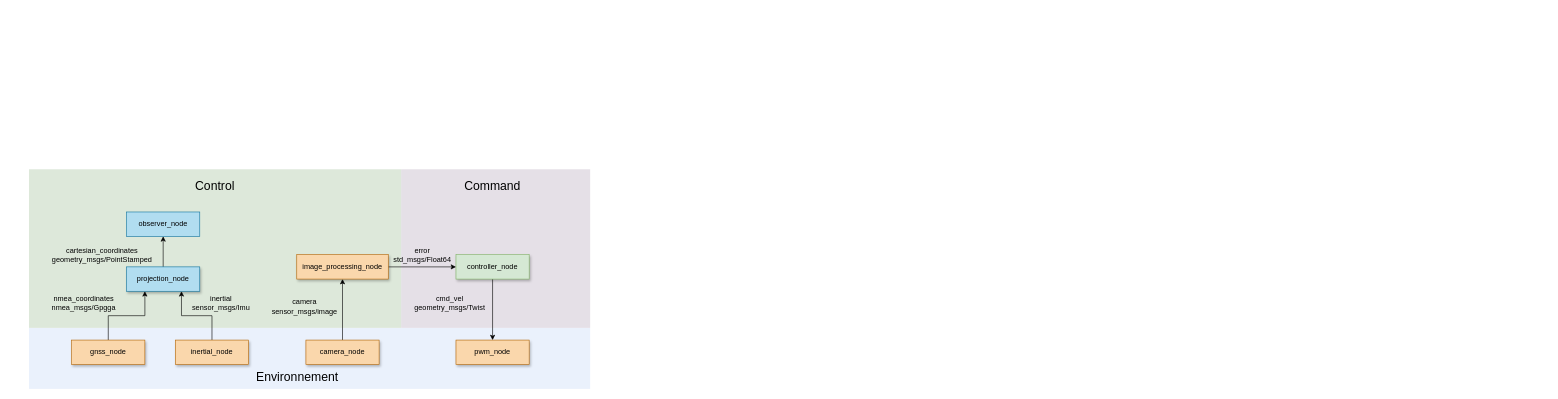
This is doc/kart.drawio from Jules-Berhault/kart, a draw.io file, before an edit. Source tidied: cells renumbered, new cells numbered last; positions are measured from the earlier drawing's top-left corner, leaving out a move shared by most shapes. Both pictures are drawn from the tidied source at 61%, with x=0, y=0 at pixel (10, 169).
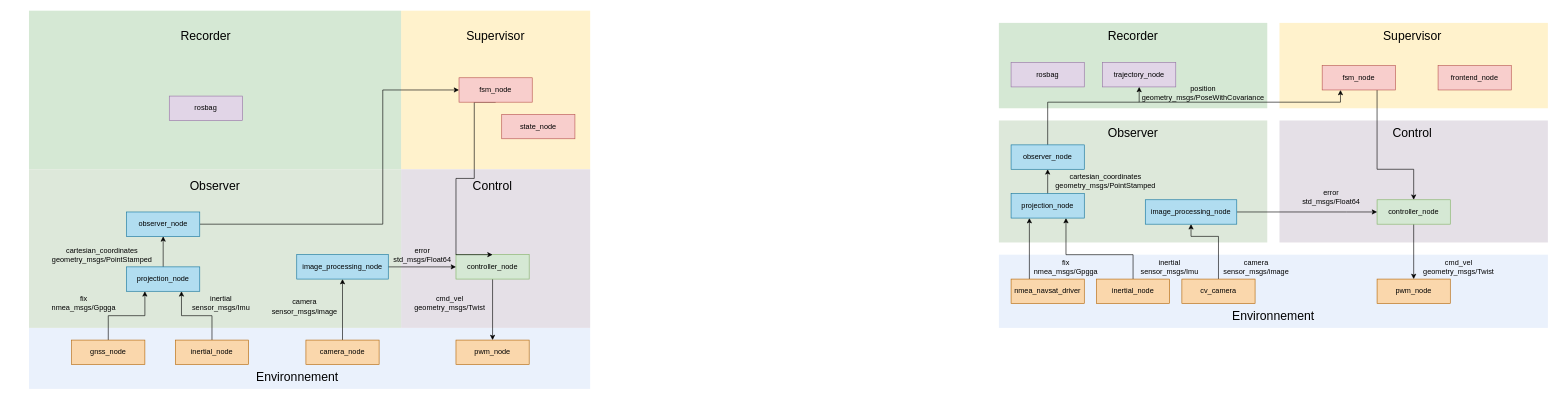
Above is the later version.

Unchanged cells that the change refers to:
```xml
<mxCell id="11" value="observer_node" style="rounded=0;whiteSpace=wrap;html=1;fillColor=#b1ddf0;strokeColor=#10739e;" parent="1" vertex="1">
  <mxGeometry x="190" y="70" width="120" height="40" as="geometry" />
</mxCell>
```

Diff of the diagram source:
```diff
@@
+    <mxCell id="29" style="rounded=0;whiteSpace=wrap;html=1;fillColor=#fff2cc;strokeColor=none;" parent="1" vertex="1">
+      <mxGeometry x="2080" y="-240" width="440" height="140" as="geometry" />
+    </mxCell>
+    <mxCell id="30" style="rounded=0;whiteSpace=wrap;html=1;fillColor=#fff2cc;strokeColor=none;" parent="1" vertex="1">
+      <mxGeometry x="640" y="-260" width="310" height="260" as="geometry" />
+    </mxCell>
+    <mxCell id="31" style="rounded=0;whiteSpace=wrap;html=1;fillColor=#d5e8d4;strokeColor=none;" parent="1" vertex="1">
+      <mxGeometry x="30" y="-260" width="610" height="260" as="geometry" />
+    </mxCell>
@@
-    <mxCell id="6" value="inertial_node" style="rounded=0;whiteSpace=wrap;html=1;fillColor=#fad7ac;strokeColor=#b46504;shadow=1;" parent="1" vertex="1">
+    <mxCell id="6" value="inertial_node" style="rounded=0;whiteSpace=wrap;html=1;fillColor=#fad7ac;strokeColor=#b46504;shadow=0;" parent="1" vertex="1">
       <mxGeometry x="270" y="280" width="120" height="40" as="geometry" />
     </mxCell>
@@
-    <mxCell id="8" value="gnss_node" style="rounded=0;whiteSpace=wrap;html=1;fillColor=#fad7ac;strokeColor=#b46504;shadow=1;" parent="1" vertex="1">
+    <mxCell id="8" value="gnss_node" style="rounded=0;whiteSpace=wrap;html=1;fillColor=#fad7ac;strokeColor=#b46504;shadow=0;" parent="1" vertex="1">
       <mxGeometry x="100" y="280" width="120" height="40" as="geometry" />
     </mxCell>
@@
-    <mxCell id="10" value="projection_node" style="rounded=0;whiteSpace=wrap;html=1;fillColor=#b1ddf0;strokeColor=#10739e;shadow=1;" parent="1" vertex="1">
+    <mxCell id="10" value="projection_node" style="rounded=0;whiteSpace=wrap;html=1;fillColor=#b1ddf0;strokeColor=#10739e;shadow=0;" parent="1" vertex="1">
       <mxGeometry x="190" y="160" width="120" height="40" as="geometry" />
     </mxCell>
+    <mxCell id="32" style="edgeStyle=orthogonalEdgeStyle;rounded=0;jettySize=auto;html=1;exitX=1;exitY=0.5;exitDx=0;exitDy=0;entryX=0;entryY=0.5;entryDx=0;entryDy=0;" parent="1" edge="1" source="11" target="35">
+      <mxGeometry relative="1" as="geometry">
+        <Array as="points">
+          <mxPoint x="610" y="90" />
+          <mxPoint x="610" y="-130" />
+        </Array>
+      </mxGeometry>
+    </mxCell>
@@
-    <mxCell id="13" value="controller_node" style="rounded=0;whiteSpace=wrap;html=1;fillColor=#d5e8d4;strokeColor=#82b366;shadow=1;" parent="1" vertex="1">
+    <mxCell id="13" value="controller_node" style="rounded=0;whiteSpace=wrap;html=1;fillColor=#d5e8d4;strokeColor=#82b366;shadow=0;" parent="1" vertex="1">
       <mxGeometry x="730" y="140" width="120" height="40" as="geometry" />
     </mxCell>
-    <mxCell id="14" value="&lt;font style=&quot;font-size: 20px&quot;&gt;Control&lt;/font&gt;" style="text;html=1;strokeColor=none;fillColor=none;align=center;verticalAlign=middle;whiteSpace=wrap;rounded=0;" parent="1" vertex="1">
-      <mxGeometry x="315" y="16" width="40" height="20" as="geometry" />
+    <mxCell id="14" value="&lt;font style=&quot;font-size: 20px&quot;&gt;Observer&lt;/font&gt;" style="text;html=1;strokeColor=none;fillColor=none;align=center;verticalAlign=middle;whiteSpace=wrap;rounded=0;" parent="1" vertex="1">
+      <mxGeometry x="210" y="16" width="250" height="20" as="geometry" />
     </mxCell>
-    <mxCell id="15" value="&lt;font style=&quot;font-size: 20px&quot;&gt;Command&lt;br&gt;&lt;/font&gt;" style="text;html=1;strokeColor=none;fillColor=none;align=center;verticalAlign=middle;whiteSpace=wrap;rounded=0;" parent="1" vertex="1">
-      <mxGeometry x="770" y="16" width="40" height="20" as="geometry" />
+    <mxCell id="15" value="&lt;font style=&quot;font-size: 20px&quot;&gt;Control&lt;br&gt;&lt;/font&gt;" style="text;html=1;strokeColor=none;fillColor=none;align=center;verticalAlign=middle;whiteSpace=wrap;rounded=0;" parent="1" vertex="1">
+      <mxGeometry x="660" y="16" width="260" height="20" as="geometry" />
     </mxCell>
@@
-    <mxCell id="18" value="nmea_coordinates&lt;br&gt;nmea_msgs/Gpgga" style="text;html=1;strokeColor=none;fillColor=none;align=center;verticalAlign=middle;whiteSpace=wrap;rounded=0;" parent="1" vertex="1">
+    <mxCell id="18" value="fix&lt;br&gt;nmea_msgs/Gpgga" style="text;html=1;strokeColor=none;fillColor=none;align=center;verticalAlign=middle;whiteSpace=wrap;rounded=0;" parent="1" vertex="1">
       <mxGeometry x="15" y="210" width="210" height="20" as="geometry" />
     </mxCell>
@@
-    <mxCell id="20" value="pwm_node" style="rounded=0;whiteSpace=wrap;html=1;fillColor=#fad7ac;strokeColor=#b46504;shadow=1;" parent="1" vertex="1">
+    <mxCell id="20" value="pwm_node" style="rounded=0;whiteSpace=wrap;html=1;fillColor=#fad7ac;strokeColor=#b46504;shadow=0;" parent="1" vertex="1">
       <mxGeometry x="730" y="280" width="120" height="40" as="geometry" />
     </mxCell>
@@
-    <mxCell id="22" value="camera_node" style="rounded=0;whiteSpace=wrap;html=1;fillColor=#fad7ac;strokeColor=#b46504;shadow=1;" parent="1" vertex="1">
+    <mxCell id="22" value="camera_node" style="rounded=0;whiteSpace=wrap;html=1;fillColor=#fad7ac;strokeColor=#b46504;shadow=0;" parent="1" vertex="1">
       <mxGeometry x="484" y="280" width="120" height="40" as="geometry" />
     </mxCell>
@@
-    <mxCell id="24" value="image_processing_node" style="rounded=0;whiteSpace=wrap;html=1;fillColor=#fad7ac;strokeColor=#b46504;shadow=1;" parent="1" vertex="1">
+    <mxCell id="24" value="image_processing_node" style="rounded=0;whiteSpace=wrap;html=1;fillColor=#B1DDF0;strokeColor=#10739E;shadow=0;gradientColor=none;" parent="1" vertex="1">
       <mxGeometry x="469" y="140" width="150" height="40" as="geometry" />
     </mxCell>
@@
+    <mxCell id="33" value="&lt;font style=&quot;font-size: 20px&quot;&gt;Supervisor&lt;br&gt;&lt;/font&gt;" style="text;html=1;strokeColor=none;fillColor=none;align=center;verticalAlign=middle;whiteSpace=wrap;rounded=0;" parent="1" vertex="1">
+      <mxGeometry x="665" y="-230" width="260" height="20" as="geometry" />
+    </mxCell>
+    <mxCell id="34" style="edgeStyle=orthogonalEdgeStyle;rounded=0;jettySize=auto;html=1;exitX=0.5;exitY=1;exitDx=0;exitDy=0;entryX=0.5;entryY=0;entryDx=0;entryDy=0;" parent="1" edge="1" source="35" target="13">
+      <mxGeometry relative="1" as="geometry">
+        <Array as="points">
+          <mxPoint x="760" y="-110" />
+          <mxPoint x="760" y="15" />
+          <mxPoint x="730" y="15" />
+          <mxPoint x="730" y="140" />
+        </Array>
+      </mxGeometry>
+    </mxCell>
+    <mxCell id="35" value="fsm_node" style="rounded=0;whiteSpace=wrap;html=1;fillColor=#f8cecc;strokeColor=#b85450;shadow=0;" parent="1" vertex="1">
+      <mxGeometry x="735" y="-150" width="120" height="40" as="geometry" />
+    </mxCell>
+    <mxCell id="36" value="&lt;font style=&quot;font-size: 20px&quot;&gt;Recorder&lt;br&gt;&lt;/font&gt;" style="text;html=1;strokeColor=none;fillColor=none;align=center;verticalAlign=middle;whiteSpace=wrap;rounded=0;" parent="1" vertex="1">
+      <mxGeometry x="190" y="-230" width="260" height="20" as="geometry" />
+    </mxCell>
+    <mxCell id="37" value="rosbag" style="rounded=0;whiteSpace=wrap;html=1;fillColor=#e1d5e7;strokeColor=#9673a6;" parent="1" vertex="1">
+      <mxGeometry x="260" y="-120" width="120" height="40" as="geometry" />
+    </mxCell>
+    <mxCell id="38" value="state_node" style="rounded=0;whiteSpace=wrap;html=1;fillColor=#f8cecc;strokeColor=#b85450;shadow=0;" parent="1" vertex="1">
+      <mxGeometry x="805" y="-90" width="120" height="40" as="geometry" />
+    </mxCell>
+    <mxCell id="39" style="rounded=0;whiteSpace=wrap;html=1;fillColor=#d5e8d4;strokeColor=none;" parent="1" vertex="1">
+      <mxGeometry x="1620" y="-240" width="440" height="140" as="geometry" />
+    </mxCell>
+    <mxCell id="40" style="rounded=0;whiteSpace=wrap;html=1;fillColor=#EAF1FC;strokeColor=none;gradientColor=none;" parent="1" vertex="1">
+      <mxGeometry x="1620" y="140" width="900" height="120" as="geometry" />
+    </mxCell>
+    <mxCell id="41" style="rounded=0;whiteSpace=wrap;html=1;fillColor=#E5E0E7;strokeColor=none;" parent="1" vertex="1">
+      <mxGeometry x="2080" y="-80" width="440" height="200" as="geometry" />
+    </mxCell>
+    <mxCell id="42" style="rounded=0;whiteSpace=wrap;html=1;fillColor=#DDE8DA;strokeColor=none;" parent="1" vertex="1">
+      <mxGeometry x="1620" y="-80" width="440" height="200" as="geometry" />
+    </mxCell>
+    <mxCell id="43" style="edgeStyle=orthogonalEdgeStyle;rounded=0;jettySize=auto;html=1;exitX=0.5;exitY=0;exitDx=0;exitDy=0;entryX=0.75;entryY=1;entryDx=0;entryDy=0;" parent="1" edge="1" source="44" target="48">
+      <mxGeometry relative="1" as="geometry">
+        <Array as="points">
+          <mxPoint x="1840" y="140" />
+          <mxPoint x="1730" y="140" />
+        </Array>
+      </mxGeometry>
+    </mxCell>
+    <mxCell id="44" value="inertial_node" style="rounded=0;whiteSpace=wrap;html=1;fillColor=#fad7ac;strokeColor=#b46504;shadow=0;" parent="1" vertex="1">
+      <mxGeometry x="1780" y="180" width="120" height="40" as="geometry" />
+    </mxCell>
+    <mxCell id="45" style="edgeStyle=orthogonalEdgeStyle;rounded=0;jettySize=auto;html=1;exitX=0.25;exitY=0;exitDx=0;exitDy=0;entryX=0.25;entryY=1;entryDx=0;entryDy=0;" parent="1" edge="1" source="46" target="48">
+      <mxGeometry relative="1" as="geometry" />
+    </mxCell>
+    <mxCell id="46" value="nmea_navsat_driver" style="rounded=0;whiteSpace=wrap;html=1;fillColor=#fad7ac;strokeColor=#b46504;shadow=0;" parent="1" vertex="1">
+      <mxGeometry x="1640" y="180" width="120" height="40" as="geometry" />
+    </mxCell>
+    <mxCell id="47" style="edgeStyle=orthogonalEdgeStyle;rounded=0;jettySize=auto;html=1;exitX=0.5;exitY=0;exitDx=0;exitDy=0;entryX=0.5;entryY=1;entryDx=0;entryDy=0;" parent="1" edge="1" source="48" target="50">
+      <mxGeometry relative="1" as="geometry" />
+    </mxCell>
+    <mxCell id="48" value="projection_node" style="rounded=0;whiteSpace=wrap;html=1;fillColor=#b1ddf0;strokeColor=#10739e;shadow=0;" parent="1" vertex="1">
+      <mxGeometry x="1640" y="40" width="120" height="40" as="geometry" />
+    </mxCell>
+    <mxCell id="49" style="edgeStyle=orthogonalEdgeStyle;rounded=0;jettySize=auto;html=1;exitX=0.5;exitY=0;exitDx=0;exitDy=0;entryX=0.5;entryY=1;entryDx=0;entryDy=0;" parent="1" edge="1" source="50" target="74">
+      <mxGeometry relative="1" as="geometry">
+        <Array as="points">
+          <mxPoint x="1700" y="-110" />
+          <mxPoint x="1850" y="-110" />
+        </Array>
+      </mxGeometry>
+    </mxCell>
+    <mxCell id="50" value="observer_node" style="rounded=0;whiteSpace=wrap;html=1;fillColor=#b1ddf0;strokeColor=#10739e;" parent="1" vertex="1">
+      <mxGeometry x="1640" y="-40" width="120" height="40" as="geometry" />
+    </mxCell>
+    <mxCell id="51" style="edgeStyle=orthogonalEdgeStyle;rounded=0;jettySize=auto;html=1;" parent="1" edge="1" source="52" target="59">
+      <mxGeometry relative="1" as="geometry" />
+    </mxCell>
+    <mxCell id="52" value="controller_node" style="rounded=0;whiteSpace=wrap;html=1;fillColor=#d5e8d4;strokeColor=#82b366;shadow=0;" parent="1" vertex="1">
+      <mxGeometry x="2240" y="50" width="120" height="40" as="geometry" />
+    </mxCell>
+    <mxCell id="53" value="&lt;font style=&quot;font-size: 20px&quot;&gt;Observer&lt;/font&gt;" style="text;html=1;strokeColor=none;fillColor=none;align=center;verticalAlign=middle;whiteSpace=wrap;rounded=0;" parent="1" vertex="1">
+      <mxGeometry x="1620" y="-70" width="440" height="20" as="geometry" />
+    </mxCell>
+    <mxCell id="54" value="&lt;font style=&quot;font-size: 20px&quot;&gt;Control&lt;br&gt;&lt;/font&gt;" style="text;html=1;strokeColor=none;fillColor=none;align=center;verticalAlign=middle;whiteSpace=wrap;rounded=0;" parent="1" vertex="1">
+      <mxGeometry x="2080" y="-70" width="436" height="20" as="geometry" />
+    </mxCell>
+    <mxCell id="55" value="&lt;font style=&quot;font-size: 20px&quot;&gt;Environnement&lt;/font&gt;" style="text;html=1;strokeColor=none;fillColor=none;align=center;verticalAlign=middle;whiteSpace=wrap;rounded=0;" parent="1" vertex="1">
+      <mxGeometry x="1620" y="230" width="900" height="20" as="geometry" />
+    </mxCell>
+    <mxCell id="56" value="cmd_vel&lt;br&gt;geometry_msgs/Twist" style="text;html=1;strokeColor=none;fillColor=none;align=center;verticalAlign=middle;whiteSpace=wrap;rounded=0;" parent="1" vertex="1">
+      <mxGeometry x="2314" y="145" width="120" height="30" as="geometry" />
+    </mxCell>
+    <mxCell id="57" value="fix&lt;br&gt;nmea_msgs/Gpgga" style="text;html=1;strokeColor=none;fillColor=none;align=center;verticalAlign=middle;whiteSpace=wrap;rounded=0;" parent="1" vertex="1">
+      <mxGeometry x="1670" y="150" width="120" height="20" as="geometry" />
+    </mxCell>
+    <mxCell id="58" value="cartesian_coordinates&lt;br&gt;geometry_msgs/PointStamped" style="text;html=1;strokeColor=none;fillColor=none;align=center;verticalAlign=middle;whiteSpace=wrap;rounded=0;" parent="1" vertex="1">
+      <mxGeometry x="1705" y="10" width="180" height="20" as="geometry" />
+    </mxCell>
+    <mxCell id="59" value="pwm_node" style="rounded=0;whiteSpace=wrap;html=1;fillColor=#fad7ac;strokeColor=#b46504;shadow=0;" parent="1" vertex="1">
+      <mxGeometry x="2240" y="180" width="120" height="40" as="geometry" />
+    </mxCell>
+    <mxCell id="60" style="edgeStyle=orthogonalEdgeStyle;rounded=0;jettySize=auto;html=1;exitX=0.5;exitY=0;exitDx=0;exitDy=0;entryX=0.5;entryY=1;entryDx=0;entryDy=0;" parent="1" edge="1" source="61" target="63">
+      <mxGeometry relative="1" as="geometry">
+        <Array as="points">
+          <mxPoint x="1980" y="110" />
+          <mxPoint x="1935" y="110" />
+        </Array>
+      </mxGeometry>
+    </mxCell>
+    <mxCell id="61" value="cv_camera" style="rounded=0;whiteSpace=wrap;html=1;fillColor=#fad7ac;strokeColor=#b46504;shadow=0;" parent="1" vertex="1">
+      <mxGeometry x="1920" y="180" width="120" height="40" as="geometry" />
+    </mxCell>
+    <mxCell id="62" style="edgeStyle=orthogonalEdgeStyle;rounded=0;jettySize=auto;html=1;exitX=1;exitY=0.5;exitDx=0;exitDy=0;" parent="1" edge="1" source="63" target="52">
+      <mxGeometry relative="1" as="geometry">
+        <Array as="points">
+          <mxPoint x="2190" y="70" />
+          <mxPoint x="2190" y="70" />
+        </Array>
+      </mxGeometry>
+    </mxCell>
+    <mxCell id="63" value="image_processing_node" style="rounded=0;whiteSpace=wrap;html=1;fillColor=#B1DDF0;strokeColor=#10739E;shadow=0;gradientColor=none;" parent="1" vertex="1">
+      <mxGeometry x="1860" y="50" width="150" height="40" as="geometry" />
+    </mxCell>
+    <mxCell id="64" value="error&lt;br&gt;std_msgs/Float64" style="text;html=1;strokeColor=none;fillColor=none;align=center;verticalAlign=middle;whiteSpace=wrap;rounded=0;" parent="1" vertex="1">
+      <mxGeometry x="2110" y="30" width="110" height="30" as="geometry" />
+    </mxCell>
+    <mxCell id="65" style="edgeStyle=orthogonalEdgeStyle;rounded=0;orthogonalLoop=1;jettySize=auto;html=1;exitX=0.5;exitY=1;exitDx=0;exitDy=0;" parent="1" edge="1" source="56" target="56">
+      <mxGeometry relative="1" as="geometry" />
+    </mxCell>
+    <mxCell id="66" value="camera&lt;br&gt;sensor_msgs/image" style="text;html=1;strokeColor=none;fillColor=none;align=center;verticalAlign=middle;whiteSpace=wrap;rounded=0;" parent="1" vertex="1">
+      <mxGeometry x="1990" y="140" width="104" height="40" as="geometry" />
+    </mxCell>
+    <mxCell id="67" value="inertial&lt;br&gt;sensor_msgs/Imu" style="text;html=1;strokeColor=none;fillColor=none;align=center;verticalAlign=middle;whiteSpace=wrap;rounded=0;" parent="1" vertex="1">
+      <mxGeometry x="1850" y="145" width="100" height="30" as="geometry" />
+    </mxCell>
+    <mxCell id="68" style="edgeStyle=orthogonalEdgeStyle;rounded=0;jettySize=auto;html=1;exitX=0.25;exitY=1;exitDx=0;exitDy=0;startArrow=classic;startFill=1;endArrow=none;endFill=0;" parent="1" edge="1" source="70">
+      <mxGeometry relative="1" as="geometry">
+        <mxPoint x="1850" y="-110" as="targetPoint" />
+        <Array as="points">
+          <mxPoint x="2180" y="-110" />
+        </Array>
+      </mxGeometry>
+    </mxCell>
+    <mxCell id="69" style="edgeStyle=orthogonalEdgeStyle;rounded=0;jettySize=auto;html=1;exitX=0.75;exitY=1;exitDx=0;exitDy=0;entryX=0.5;entryY=0;entryDx=0;entryDy=0;startArrow=none;startFill=0;endArrow=classic;endFill=1;" parent="1" edge="1" source="70" target="52">
+      <mxGeometry relative="1" as="geometry">
+        <Array as="points">
+          <mxPoint x="2240" />
+          <mxPoint x="2300" />
+        </Array>
+      </mxGeometry>
+    </mxCell>
+    <mxCell id="70" value="fsm_node" style="rounded=0;whiteSpace=wrap;html=1;fillColor=#f8cecc;strokeColor=#b85450;shadow=0;" parent="1" vertex="1">
+      <mxGeometry x="2150" y="-170" width="120" height="40" as="geometry" />
+    </mxCell>
+    <mxCell id="71" value="&lt;font style=&quot;font-size: 20px&quot;&gt;Recorder&lt;br&gt;&lt;/font&gt;" style="text;html=1;strokeColor=none;fillColor=none;align=center;verticalAlign=middle;whiteSpace=wrap;rounded=0;" parent="1" vertex="1">
+      <mxGeometry x="1620" y="-230" width="440" height="20" as="geometry" />
+    </mxCell>
+    <mxCell id="72" value="rosbag" style="rounded=0;whiteSpace=wrap;html=1;fillColor=#e1d5e7;strokeColor=#9673a6;" parent="1" vertex="1">
+      <mxGeometry x="1640" y="-175" width="120" height="40" as="geometry" />
+    </mxCell>
+    <mxCell id="73" value="frontend_node" style="rounded=0;whiteSpace=wrap;html=1;fillColor=#f8cecc;strokeColor=#b85450;shadow=0;" parent="1" vertex="1">
+      <mxGeometry x="2340" y="-170" width="120" height="40" as="geometry" />
+    </mxCell>
+    <mxCell id="74" value="trajectory_node" style="rounded=0;whiteSpace=wrap;html=1;fillColor=#e1d5e7;strokeColor=#9673a6;" parent="1" vertex="1">
+      <mxGeometry x="1790" y="-175" width="120" height="40" as="geometry" />
+    </mxCell>
+    <mxCell id="75" value="position&lt;br&gt;geometry_msgs/PoseWithCovariance" style="text;html=1;strokeColor=none;fillColor=none;align=center;verticalAlign=middle;whiteSpace=wrap;rounded=0;" parent="1" vertex="1">
+      <mxGeometry x="1860" y="-140" width="190" height="30" as="geometry" />
+    </mxCell>
+    <mxCell id="76" value="&lt;font style=&quot;font-size: 20px&quot;&gt;Supervisor&lt;br&gt;&lt;/font&gt;" style="text;html=1;strokeColor=none;fillColor=none;align=center;verticalAlign=middle;whiteSpace=wrap;rounded=0;" parent="1" vertex="1">
+      <mxGeometry x="2080" y="-230" width="436" height="20" as="geometry" />
+    </mxCell>
```
